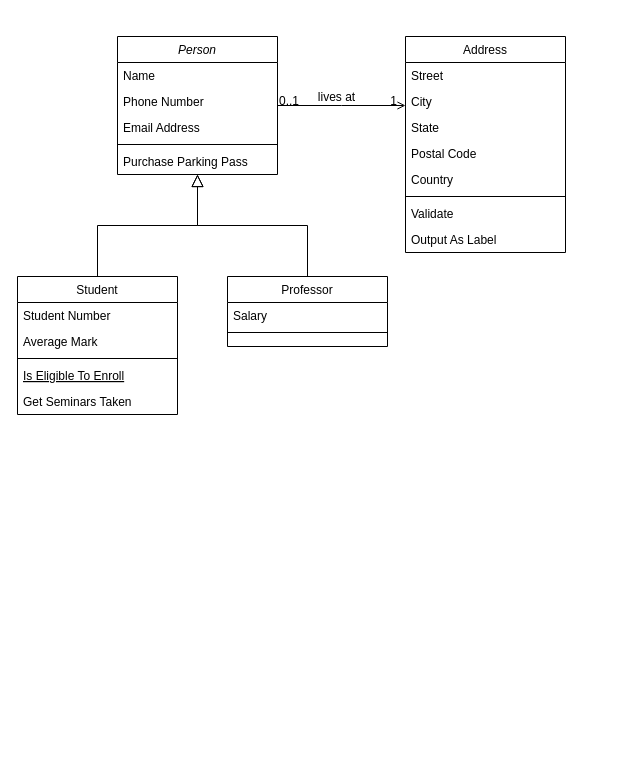
This is class diagram.drawio from Dimasadhyaksa/Alur-PerpusDigital, a draw.io file, before an edit. Source tidied: cells renumbered, new cells numbered last; positions are measured from the earlier drawing's top-left corner, leaving out a move shared by most shapes. Both pictures are drawn from the tidied source at 100%, with x=0, y=0 at pixel (17, 36).
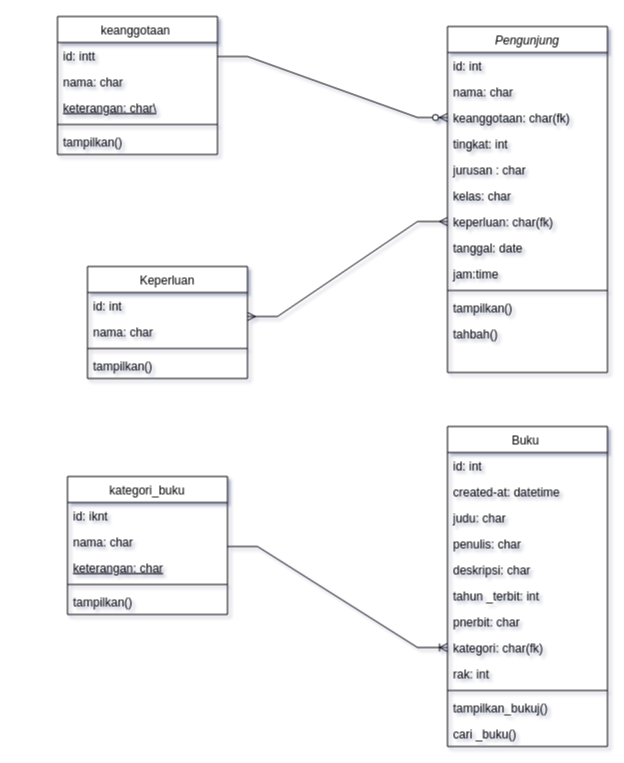
After the change.

Diff of the diagram source:
```diff
@@
-<mxGraphModel>
+<mxGraphModel shadow="1">
@@
-    <mxCell id="2" value="Person" style="swimlane;fontStyle=2;align=center;verticalAlign=top;horizontal=1;startSize=26;rounded=0;shadow=0;strokeWidth=1;" parent="1" vertex="1">
-      <mxGeometry x="100" width="160" height="138" as="geometry" />
+    <mxCell id="2" value="Pengunjung" style="swimlane;fontStyle=2;align=center;verticalAlign=top;horizontal=1;startSize=26;rounded=0;shadow=0;strokeWidth=1;" parent="1" vertex="1">
+      <mxGeometry x="430" y="-10" width="160" height="346" as="geometry" />
     </mxCell>
-    <mxCell id="3" value="Name" style="text;align=left;verticalAlign=top;spacingLeft=4;spacingRight=4;overflow=hidden;" parent="2" vertex="1">
+    <mxCell id="3" value="id: int" style="text;align=left;verticalAlign=top;spacingLeft=4;spacingRight=4;overflow=hidden;" parent="2" vertex="1">
       <mxGeometry y="26" width="160" height="26" as="geometry" />
     </mxCell>
-    <mxCell id="4" value="Phone Number" style="text;align=left;verticalAlign=top;spacingLeft=4;spacingRight=4;overflow=hidden;rounded=0;shadow=0;html=0;" parent="2" vertex="1">
+    <mxCell id="4" value="nama: char&#10;" style="text;align=left;verticalAlign=top;spacingLeft=4;spacingRight=4;overflow=hidden;rounded=0;shadow=0;html=0;" parent="2" vertex="1">
       <mxGeometry y="52" width="160" height="26" as="geometry" />
     </mxCell>
-    <mxCell id="5" value="Email Address" style="text;align=left;verticalAlign=top;spacingLeft=4;spacingRight=4;overflow=hidden;points=[[0,0.5],[1,0.5]];portConstraint=eastwest;rounded=0;shadow=0;html=0;" parent="2" vertex="1">
+    <mxCell id="5" value="keanggotaan: char(fk)" style="text;align=left;verticalAlign=top;spacingLeft=4;spacingRight=4;overflow=hidden;points=[[0,0.5],[1,0.5]];portConstraint=eastwest;rounded=0;shadow=0;html=0;" parent="2" vertex="1">
       <mxGeometry y="78" width="160" height="26" as="geometry" />
     </mxCell>
+    <mxCell id="7" value="tingkat: int" style="text;align=left;verticalAlign=top;spacingLeft=4;spacingRight=4;overflow=hidden;" parent="2" vertex="1">
+      <mxGeometry y="104" width="160" height="26" as="geometry" />
+    </mxCell>
+    <mxCell id="32" value="jurusan : char" style="text;align=left;verticalAlign=top;spacingLeft=4;spacingRight=4;overflow=hidden;" parent="2" vertex="1">
+      <mxGeometry y="130" width="160" height="26" as="geometry" />
+    </mxCell>
+    <mxCell id="33" value="kelas: char" style="text;align=left;verticalAlign=top;spacingLeft=4;spacingRight=4;overflow=hidden;" parent="2" vertex="1">
+      <mxGeometry y="156" width="160" height="26" as="geometry" />
+    </mxCell>
+    <mxCell id="34" value="keperluan: char(fk)" style="text;align=left;verticalAlign=top;spacingLeft=4;spacingRight=4;overflow=hidden;points=[[0,0.5],[1,0.5]];portConstraint=eastwest;" parent="2" vertex="1">
+      <mxGeometry y="182" width="160" height="26" as="geometry" />
+    </mxCell>
+    <mxCell id="35" value="tanggal: date" style="text;align=left;verticalAlign=top;spacingLeft=4;spacingRight=4;overflow=hidden;" parent="2" vertex="1">
+      <mxGeometry y="208" width="160" height="26" as="geometry" />
+    </mxCell>
+    <mxCell id="36" value="jam:time" style="text;align=left;verticalAlign=top;spacingLeft=4;spacingRight=4;overflow=hidden;" parent="2" vertex="1">
+      <mxGeometry y="234" width="160" height="26" as="geometry" />
+    </mxCell>
     <mxCell id="6" style="line;html=1;strokeWidth=1;align=left;verticalAlign=middle;spacingTop=-1;spacingLeft=3;spacingRight=3;labelPosition=right;" parent="2" vertex="1">
-      <mxGeometry y="104" width="160" height="8" as="geometry" />
+      <mxGeometry y="260" width="160" height="8" as="geometry" />
     </mxCell>
-    <mxCell id="7" value="Purchase Parking Pass" style="text;align=left;verticalAlign=top;spacingLeft=4;spacingRight=4;overflow=hidden;" parent="2" vertex="1">
-      <mxGeometry y="112" width="160" height="26" as="geometry" />
-    </mxCell>
+    <mxCell id="37" value="tampilkan()" style="text;align=left;verticalAlign=top;spacingLeft=4;spacingRight=4;overflow=hidden;" parent="2" vertex="1">
+      <mxGeometry y="268" width="160" height="26" as="geometry" />
+    </mxCell>
+    <mxCell id="38" value="tahbah()" style="text;align=left;verticalAlign=top;spacingLeft=4;spacingRight=4;overflow=hidden;" parent="2" vertex="1">
+      <mxGeometry y="294" width="160" height="26" as="geometry" />
+    </mxCell>
-    <mxCell id="8" value="Student" style="swimlane;fontStyle=0;align=center;verticalAlign=top;horizontal=1;startSize=26;rounded=0;shadow=0;strokeWidth=1;" parent="1" vertex="1">
-      <mxGeometry y="240" width="160" height="138" as="geometry" />
+    <mxCell id="8" value="kategori_buku" style="swimlane;fontStyle=0;align=center;verticalAlign=top;horizontal=1;startSize=26;rounded=0;shadow=0;strokeWidth=1;" parent="1" vertex="1">
+      <mxGeometry x="50" y="440" width="160" height="138" as="geometry" />
     </mxCell>
-    <mxCell id="9" value="Student Number" style="text;align=left;verticalAlign=top;spacingLeft=4;spacingRight=4;overflow=hidden;" parent="8" vertex="1">
+    <mxCell id="9" value="id: iknt" style="text;align=left;verticalAlign=top;spacingLeft=4;spacingRight=4;overflow=hidden;" parent="8" vertex="1">
       <mxGeometry y="26" width="160" height="26" as="geometry" />
     </mxCell>
-    <mxCell id="10" value="Average Mark" style="text;align=left;verticalAlign=top;spacingLeft=4;spacingRight=4;overflow=hidden;rounded=0;shadow=0;html=0;" parent="8" vertex="1">
+    <mxCell id="10" value="nama: char" style="text;align=left;verticalAlign=top;spacingLeft=4;spacingRight=4;overflow=hidden;rounded=0;shadow=0;html=0;" parent="8" vertex="1">
       <mxGeometry y="52" width="160" height="26" as="geometry" />
     </mxCell>
+    <mxCell id="12" value="keterangan: char" style="text;align=left;verticalAlign=top;spacingLeft=4;spacingRight=4;overflow=hidden;fontStyle=4;" parent="8" vertex="1">
+      <mxGeometry y="78" width="160" height="26" as="geometry" />
+    </mxCell>
     <mxCell id="11" style="line;html=1;strokeWidth=1;align=left;verticalAlign=middle;spacingTop=-1;spacingLeft=3;spacingRight=3;labelPosition=right;" parent="8" vertex="1">
-      <mxGeometry y="78" width="160" height="8" as="geometry" />
+      <mxGeometry y="104" width="160" height="8" as="geometry" />
     </mxCell>
-    <mxCell id="12" value="Is Eligible To Enroll" style="text;align=left;verticalAlign=top;spacingLeft=4;spacingRight=4;overflow=hidden;fontStyle=4;" parent="8" vertex="1">
-      <mxGeometry y="86" width="160" height="26" as="geometry" />
-    </mxCell>
-    <mxCell id="13" value="Get Seminars Taken" style="text;align=left;verticalAlign=top;spacingLeft=4;spacingRight=4;overflow=hidden;" parent="8" vertex="1">
+    <mxCell id="13" value="tampilkan()" style="text;align=left;verticalAlign=top;spacingLeft=4;spacingRight=4;overflow=hidden;" parent="8" vertex="1">
       <mxGeometry y="112" width="160" height="26" as="geometry" />
     </mxCell>
-    <mxCell id="14" style="endArrow=block;endSize=10;endFill=0;shadow=0;strokeWidth=1;rounded=0;edgeStyle=elbowEdgeStyle;elbow=vertical;" parent="1" edge="1" source="8" target="2">
-      <mxGeometry relative="1" as="geometry" />
-    </mxCell>
-    <mxCell id="15" value="Professor" style="swimlane;fontStyle=0;align=center;verticalAlign=top;horizontal=1;startSize=26;rounded=0;shadow=0;strokeWidth=1;" parent="1" vertex="1">
-      <mxGeometry x="210" y="240" width="160" height="70" as="geometry" />
+    <mxCell id="15" value="Keperluan" style="swimlane;fontStyle=0;align=center;verticalAlign=top;horizontal=1;startSize=26;rounded=0;shadow=0;strokeWidth=1;" parent="1" vertex="1">
+      <mxGeometry x="70" y="230" width="160" height="112" as="geometry" />
     </mxCell>
-    <mxCell id="16" value="Salary" style="text;align=left;verticalAlign=top;spacingLeft=4;spacingRight=4;overflow=hidden;" parent="15" vertex="1">
+    <mxCell id="16" value="id: int" style="text;align=left;verticalAlign=top;spacingLeft=4;spacingRight=4;overflow=hidden;" parent="15" vertex="1">
       <mxGeometry y="26" width="160" height="26" as="geometry" />
     </mxCell>
+    <mxCell id="39" value="nama: char" style="text;align=left;verticalAlign=top;spacingLeft=4;spacingRight=4;overflow=hidden;" parent="15" vertex="1">
+      <mxGeometry y="52" width="160" height="26" as="geometry" />
+    </mxCell>
     <mxCell id="17" style="line;html=1;strokeWidth=1;align=left;verticalAlign=middle;spacingTop=-1;spacingLeft=3;spacingRight=3;labelPosition=right;" parent="15" vertex="1">
-      <mxGeometry y="52" width="160" height="8" as="geometry" />
+      <mxGeometry y="78" width="160" height="8" as="geometry" />
     </mxCell>
-    <mxCell id="18" style="endArrow=block;endSize=10;endFill=0;shadow=0;strokeWidth=1;rounded=0;edgeStyle=elbowEdgeStyle;elbow=vertical;" parent="1" edge="1" source="15" target="2">
-      <mxGeometry relative="1" as="geometry" />
-    </mxCell>
+    <mxCell id="40" value="tampilkan()" style="text;align=left;verticalAlign=top;spacingLeft=4;spacingRight=4;overflow=hidden;" parent="15" vertex="1">
+      <mxGeometry y="86" width="160" height="26" as="geometry" />
+    </mxCell>
-    <mxCell id="19" value="Address" style="swimlane;fontStyle=0;align=center;verticalAlign=top;horizontal=1;startSize=26;rounded=0;shadow=0;strokeWidth=1;" parent="1" vertex="1">
-      <mxGeometry x="388" width="160" height="216" as="geometry" />
+    <mxCell id="19" value="Buku " style="swimlane;fontStyle=0;align=center;verticalAlign=top;horizontal=1;startSize=26;rounded=0;shadow=0;strokeWidth=1;" parent="1" vertex="1">
+      <mxGeometry x="430" y="390" width="160" height="320" as="geometry" />
     </mxCell>
-    <mxCell id="20" value="Street" style="text;align=left;verticalAlign=top;spacingLeft=4;spacingRight=4;overflow=hidden;" parent="19" vertex="1">
+    <mxCell id="20" value="id: int" style="text;align=left;verticalAlign=top;spacingLeft=4;spacingRight=4;overflow=hidden;" parent="19" vertex="1">
       <mxGeometry y="26" width="160" height="26" as="geometry" />
     </mxCell>
-    <mxCell id="21" value="City" style="text;align=left;verticalAlign=top;spacingLeft=4;spacingRight=4;overflow=hidden;rounded=0;shadow=0;html=0;" parent="19" vertex="1">
+    <mxCell id="21" value="created-at: datetime" style="text;align=left;verticalAlign=top;spacingLeft=4;spacingRight=4;overflow=hidden;rounded=0;shadow=0;html=0;" parent="19" vertex="1">
       <mxGeometry y="52" width="160" height="26" as="geometry" />
     </mxCell>
-    <mxCell id="22" value="State" style="text;align=left;verticalAlign=top;spacingLeft=4;spacingRight=4;overflow=hidden;rounded=0;shadow=0;html=0;" parent="19" vertex="1">
+    <mxCell id="22" value="judu: char" style="text;align=left;verticalAlign=top;spacingLeft=4;spacingRight=4;overflow=hidden;rounded=0;shadow=0;html=0;" parent="19" vertex="1">
       <mxGeometry y="78" width="160" height="26" as="geometry" />
     </mxCell>
-    <mxCell id="23" value="Postal Code" style="text;align=left;verticalAlign=top;spacingLeft=4;spacingRight=4;overflow=hidden;rounded=0;shadow=0;html=0;" parent="19" vertex="1">
+    <mxCell id="23" value="penulis: char" style="text;align=left;verticalAlign=top;spacingLeft=4;spacingRight=4;overflow=hidden;rounded=0;shadow=0;html=0;" parent="19" vertex="1">
       <mxGeometry y="104" width="160" height="26" as="geometry" />
     </mxCell>
-    <mxCell id="24" value="Country" style="text;align=left;verticalAlign=top;spacingLeft=4;spacingRight=4;overflow=hidden;rounded=0;shadow=0;html=0;" parent="19" vertex="1">
+    <mxCell id="24" value="deskripsi: char" style="text;align=left;verticalAlign=top;spacingLeft=4;spacingRight=4;overflow=hidden;rounded=0;shadow=0;html=0;" parent="19" vertex="1">
       <mxGeometry y="130" width="160" height="26" as="geometry" />
     </mxCell>
+    <mxCell id="27" value="tahun _terbit: int" style="text;align=left;verticalAlign=top;spacingLeft=4;spacingRight=4;overflow=hidden;" parent="19" vertex="1">
+      <mxGeometry y="156" width="160" height="26" as="geometry" />
+    </mxCell>
+    <mxCell id="41" value="pnerbit: char" style="text;align=left;verticalAlign=top;spacingLeft=4;spacingRight=4;overflow=hidden;rounded=0;shadow=0;html=0;" parent="19" vertex="1">
+      <mxGeometry y="182" width="160" height="26" as="geometry" />
+    </mxCell>
+    <mxCell id="42" value="kategori: char(fk)" style="text;align=left;verticalAlign=top;spacingLeft=4;spacingRight=4;overflow=hidden;points=[[0,0.5],[1,0.5]];portConstraint=eastwest;rounded=0;shadow=0;html=0;" parent="19" vertex="1">
+      <mxGeometry y="208" width="160" height="26" as="geometry" />
+    </mxCell>
+    <mxCell id="43" value="rak: int" style="text;align=left;verticalAlign=top;spacingLeft=4;spacingRight=4;overflow=hidden;rounded=0;shadow=0;html=0;" parent="19" vertex="1">
+      <mxGeometry y="234" width="160" height="26" as="geometry" />
+    </mxCell>
     <mxCell id="25" style="line;html=1;strokeWidth=1;align=left;verticalAlign=middle;spacingTop=-1;spacingLeft=3;spacingRight=3;labelPosition=right;" parent="19" vertex="1">
-      <mxGeometry y="156" width="160" height="8" as="geometry" />
+      <mxGeometry y="260" width="160" height="8" as="geometry" />
     </mxCell>
+    <mxCell id="44" value="tampilkan_bukuj()" style="text;align=left;verticalAlign=top;spacingLeft=4;spacingRight=4;overflow=hidden;rounded=0;shadow=0;html=0;" parent="19" vertex="1">
+      <mxGeometry y="268" width="160" height="26" as="geometry" />
+    </mxCell>
-    <mxCell id="26" value="Validate" style="text;align=left;verticalAlign=top;spacingLeft=4;spacingRight=4;overflow=hidden;" parent="19" vertex="1">
-      <mxGeometry y="164" width="160" height="26" as="geometry" />
+    <mxCell id="26" value="cari _buku()" style="text;align=left;verticalAlign=top;spacingLeft=4;spacingRight=4;overflow=hidden;" parent="19" vertex="1">
+      <mxGeometry y="294" width="160" height="26" as="geometry" />
     </mxCell>
-    <mxCell id="27" value="Output As Label" style="text;align=left;verticalAlign=top;spacingLeft=4;spacingRight=4;overflow=hidden;" parent="19" vertex="1">
-      <mxGeometry y="190" width="160" height="26" as="geometry" />
-    </mxCell>
-    <mxCell id="28" style="endArrow=open;shadow=0;strokeWidth=1;rounded=0;endFill=1;edgeStyle=elbowEdgeStyle;elbow=vertical;" parent="1" edge="1" source="2" target="19">
-      <mxGeometry x="0.5" y="41" relative="1" as="geometry">
-        <mxPoint x="-40" y="32" as="offset" />
-      </mxGeometry>
-    </mxCell>
-    <mxCell id="29" value="0..1" style="align=left;verticalAlign=bottom;labelBackgroundColor=none;fontSize=12;" parent="28" vertex="1">
-      <mxGeometry x="-1" relative="1" as="geometry">
-        <mxPoint y="4" as="offset" />
-      </mxGeometry>
-    </mxCell>
-    <mxCell id="30" value="1" style="align=right;verticalAlign=bottom;labelBackgroundColor=none;fontSize=12;" parent="28" vertex="1">
-      <mxGeometry x="1" relative="1" as="geometry">
-        <mxPoint x="-7" y="4" as="offset" />
-      </mxGeometry>
-    </mxCell>
-    <mxCell id="31" value="lives at" style="text;html=1;align=center;verticalAlign=middle;labelBackgroundColor=none;rounded=0;shadow=0;strokeWidth=1;fontSize=12;" parent="28" vertex="1">
-      <mxGeometry x="0.5" y="49" relative="1" as="geometry">
-        <mxPoint x="-38" y="40" as="offset" />
-      </mxGeometry>
-    </mxCell>
+    <mxCell id="45" value="keanggotaan " style="swimlane;fontStyle=0;align=center;verticalAlign=top;horizontal=1;startSize=26;rounded=0;shadow=0;strokeWidth=1;" parent="1" vertex="1">
+      <mxGeometry x="40" y="-20" width="160" height="138" as="geometry" />
+    </mxCell>
+    <mxCell id="46" value="id: intt" style="text;align=left;verticalAlign=top;spacingLeft=4;spacingRight=4;overflow=hidden;" parent="45" vertex="1">
+      <mxGeometry y="26" width="160" height="26" as="geometry" />
+    </mxCell>
+    <mxCell id="47" value="nama: char" style="text;align=left;verticalAlign=top;spacingLeft=4;spacingRight=4;overflow=hidden;rounded=0;shadow=0;html=0;" parent="45" vertex="1">
+      <mxGeometry y="52" width="160" height="26" as="geometry" />
+    </mxCell>
+    <mxCell id="48" value="keterangan: char\" style="text;align=left;verticalAlign=top;spacingLeft=4;spacingRight=4;overflow=hidden;fontStyle=4;" parent="45" vertex="1">
+      <mxGeometry y="78" width="160" height="26" as="geometry" />
+    </mxCell>
+    <mxCell id="49" style="line;html=1;strokeWidth=1;align=left;verticalAlign=middle;spacingTop=-1;spacingLeft=3;spacingRight=3;labelPosition=right;" parent="45" vertex="1">
+      <mxGeometry y="104" width="160" height="8" as="geometry" />
+    </mxCell>
+    <mxCell id="50" value="tampilkan()" style="text;align=left;verticalAlign=top;spacingLeft=4;spacingRight=4;overflow=hidden;" parent="45" vertex="1">
+      <mxGeometry y="112" width="160" height="26" as="geometry" />
+    </mxCell>
+    <mxCell id="51" style="edgeStyle=entityRelationEdgeStyle;fontSize=12;html=1;endArrow=ERzeroToMany;endFill=1;rounded=0;entryX=0;entryY=0.5;entryDx=0;entryDy=0;" parent="1" edge="1" target="5">
+      <mxGeometry relative="1" as="geometry">
+        <mxPoint x="200" y="20" as="sourcePoint" />
+        <Array as="points">
+          <mxPoint x="-40" y="-220" />
+          <mxPoint x="250" y="80" />
+          <mxPoint x="250" y="60" />
+        </Array>
+      </mxGeometry>
+    </mxCell>
+    <mxCell id="52" style="edgeStyle=entityRelationEdgeStyle;fontSize=12;html=1;endArrow=ERmany;startArrow=ERmany;rounded=0;entryX=0;entryY=0.5;entryDx=0;entryDy=0;" parent="1" edge="1" target="34">
+      <mxGeometry relative="1" as="geometry">
+        <mxPoint x="230" y="280" as="sourcePoint" />
+        <Array as="points">
+          <mxPoint x="70" y="260" />
+          <mxPoint x="140" y="240" />
+          <mxPoint x="200" y="250" />
+        </Array>
+      </mxGeometry>
+    </mxCell>
+    <mxCell id="53" style="edgeStyle=entityRelationEdgeStyle;fontSize=12;html=1;endArrow=ERoneToMany;rounded=0;entryX=0;entryY=0.5;entryDx=0;entryDy=0;" parent="1" edge="1" target="42">
+      <mxGeometry relative="1" as="geometry">
+        <mxPoint x="210" y="510" as="sourcePoint" />
+        <Array as="points">
+          <mxPoint x="250" y="490" />
+        </Array>
+      </mxGeometry>
+    </mxCell>
```
